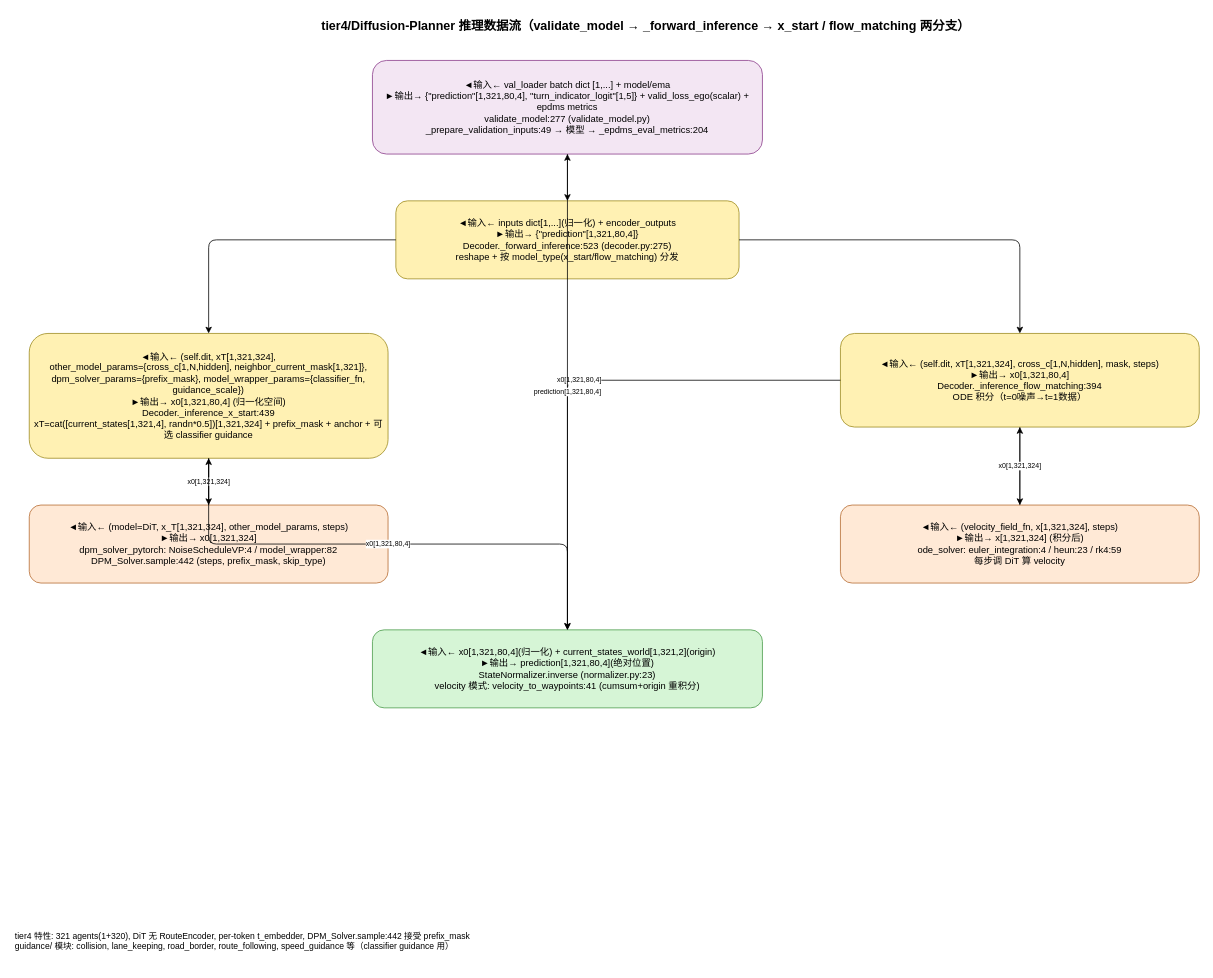
This is page "推理" (2 of 2) of tier4_Diffusion-Planner_数据流_可拖拽.drawio from mcudsm/notes2, a draw.io file, before an edit. Source tidied: cells renumbered, new cells numbered last; positions are measured from the earlier drawing's top-left corner, leaving out a move shared by most shapes. Both pictures are drawn from the tidied source at 78%, with x=0, y=0 at pixel (13, 13).
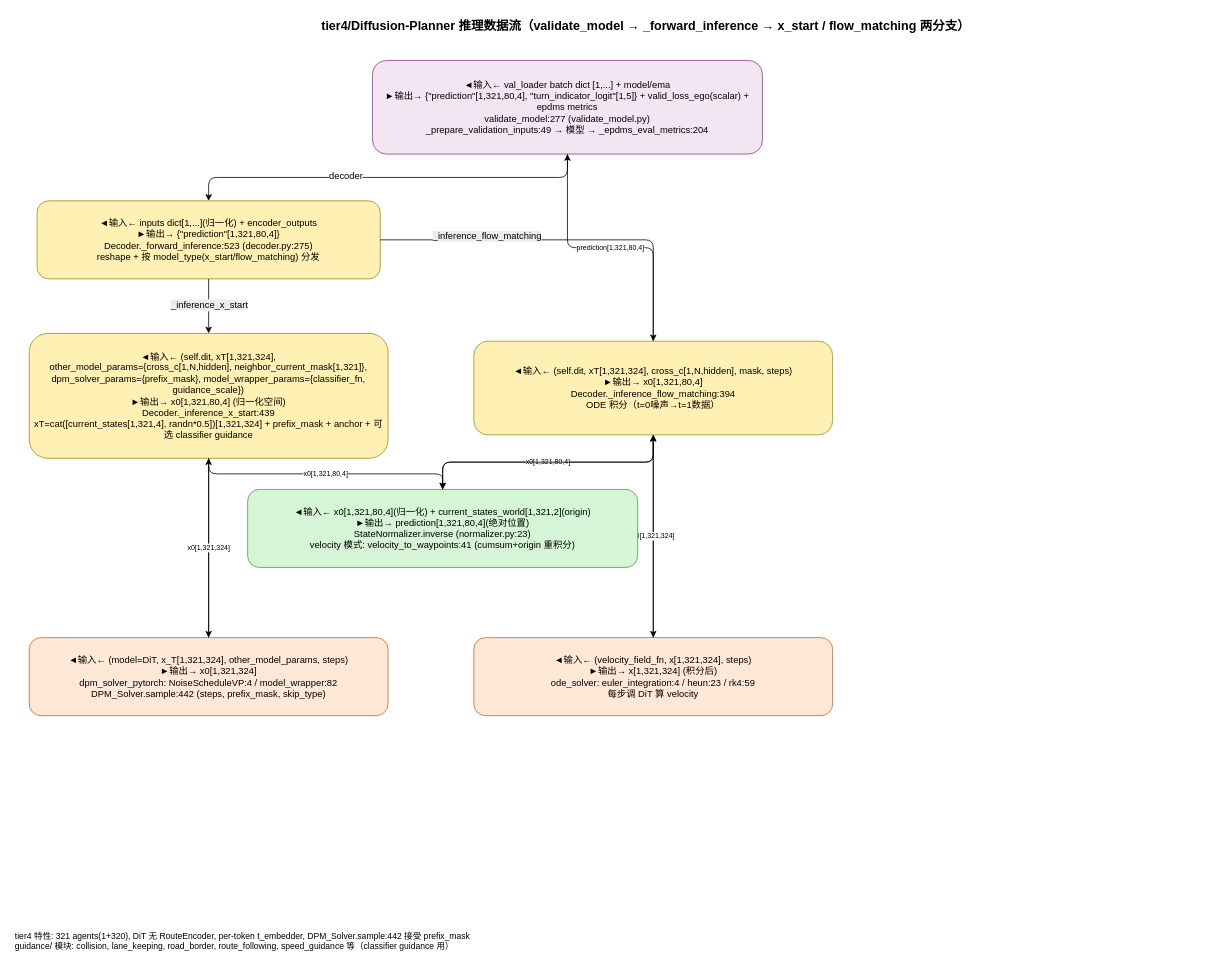
After the change.

Commit message:
更新tier4_Diffusion-Planner_数据流_可拖拽.drawio

Unchanged cells that the change refers to:
```xml
<mxCell id="3" value="◄输入← val_loader batch dict [1,...] + model/ema&#10;►输出→ {&quot;prediction&quot;[1,321,80,4], &quot;turn_indicator_logit&quot;[1,5]} + valid_loss_ego(scalar) + epdms metrics&#10;validate_model:277 (validate_model.py)&#10;_prepare_validation_inputs:49 → 模型 → _epdms_eval_metrics:204" style="rounded=1;whiteSpace=wrap;html=1;fillColor=#f3e6f3;strokeColor=#8a3c8a;" parent="1" vertex="1">
  <mxGeometry x="460" y="60" width="500" height="120" as="geometry" />
</mxCell>
<mxCell id="5" style="edgeStyle=orthogonalEdgeStyle;html=1;" parent="1" edge="1" source="3" target="4">
  <mxGeometry relative="1" as="geometry" />
</mxCell>
<mxCell id="8" style="edgeStyle=orthogonalEdgeStyle;html=1;" parent="1" edge="1" source="4" target="6">
  <mxGeometry relative="1" as="geometry" />
</mxCell>
<mxCell id="13" style="edgeStyle=orthogonalEdgeStyle;html=1;" parent="1" edge="1" source="4" target="11">
  <mxGeometry relative="1" as="geometry" />
</mxCell>
```

Diff of the diagram source:
```diff
@@
     <mxCell id="4" value="◄输入← inputs dict[1,...](归一化) + encoder_outputs&#10;►输出→ {&quot;prediction&quot;[1,321,80,4]}&#10;Decoder._forward_inference:523 (decoder.py:275)&#10;reshape + 按 model_type(x_start/flow_matching) 分发" style="rounded=1;whiteSpace=wrap;html=1;fillColor=#fff1b3;strokeColor=#9c8a1f;" parent="1" vertex="1">
-      <mxGeometry x="490" y="240" width="440" height="100" as="geometry" />
+      <mxGeometry x="30" y="240" width="440" height="100" as="geometry" />
     </mxCell>
@@
+    <mxCell id="21" value="decoder" style="edgeLabel;html=1;align=center;verticalAlign=middle;fontSize=12;" parent="5" vertex="1">
+      <mxGeometry x="0.21" y="-2" relative="1" as="geometry" />
+    </mxCell>
@@
     <mxCell id="7" value="◄输入← (model=DiT, x_T[1,321,324], other_model_params, steps)&#10;►输出→ x0[1,321,324]&#10;dpm_solver_pytorch: NoiseScheduleVP:4 / model_wrapper:82&#10;DPM_Solver.sample:442 (steps, prefix_mask, skip_type)" style="rounded=1;whiteSpace=wrap;html=1;fillColor=#ffe9d6;strokeColor=#b56a30;" parent="1" vertex="1">
-      <mxGeometry x="20" y="630" width="460" height="100" as="geometry" />
+      <mxGeometry x="20" y="800" width="460" height="100" as="geometry" />
     </mxCell>
@@
+    <mxCell id="22" value="&lt;span style=&quot;text-wrap-mode: wrap; background-color: rgb(236, 236, 236);&quot;&gt;_inference_x_start&lt;/span&gt;" style="edgeLabel;html=1;align=center;verticalAlign=middle;fontSize=12;" parent="8" vertex="1">
+      <mxGeometry x="-0.05" relative="1" as="geometry" />
+    </mxCell>
@@
-    <mxCell id="11" value="◄输入← (self.dit, xT[1,321,324], cross_c[1,N,hidden], mask, steps)&#10;►输出→ x0[1,321,80,4]&#10;Decoder._inference_flow_matching:394&#10;ODE 积分（t=0噪声→t=1数据）" style="rounded=1;whiteSpace=wrap;html=1;fillColor=#fff1b3;strokeColor=#9c8a1f;" parent="1" vertex="1">
-      <mxGeometry x="1060" y="410" width="460" height="120" as="geometry" />
-    </mxCell>
     <mxCell id="12" value="◄输入← (velocity_field_fn, x[1,321,324], steps)&#10;►输出→ x[1,321,324] (积分后)&#10;ode_solver: euler_integration:4 / heun:23 / rk4:59&#10;每步调 DiT 算 velocity" style="rounded=1;whiteSpace=wrap;html=1;fillColor=#ffe9d6;strokeColor=#b56a30;" parent="1" vertex="1">
-      <mxGeometry x="1060" y="630" width="460" height="100" as="geometry" />
+      <mxGeometry x="590" y="800" width="460" height="100" as="geometry" />
     </mxCell>
@@
+    <mxCell id="23" value="&lt;span style=&quot;text-wrap-mode: wrap; background-color: rgb(236, 236, 236);&quot;&gt;_inference_flow_matching&lt;/span&gt;" style="edgeLabel;html=1;align=center;verticalAlign=middle;fontSize=12;" parent="13" vertex="1">
+      <mxGeometry x="-0.43" y="5" relative="1" as="geometry">
+        <mxPoint x="-1" as="offset" />
+      </mxGeometry>
+    </mxCell>
@@
     <mxCell id="16" value="◄输入← x0[1,321,80,4](归一化) + current_states_world[1,321,2](origin)&#10;►输出→ prediction[1,321,80,4](绝对位置)&#10;StateNormalizer.inverse (normalizer.py:23)&#10;velocity 模式: velocity_to_waypoints:41 (cumsum+origin 重积分)" style="rounded=1;whiteSpace=wrap;html=1;fillColor=#d6f5d6;strokeColor=#4a9a4a;" parent="1" vertex="1">
-      <mxGeometry x="460" y="790" width="500" height="100" as="geometry" />
+      <mxGeometry x="300" y="610" width="500" height="100" as="geometry" />
     </mxCell>
@@
-    <mxCell id="19" value="prediction[1,321,80,4]" style="edgeStyle=orthogonalEdgeStyle;html=1;fontSize=9;" parent="1" edge="1" source="16" target="3">
+    <mxCell id="19" value="prediction[1,321,80,4]" style="edgeStyle=orthogonalEdgeStyle;html=1;fontSize=9;" parent="1" edge="1" source="11" target="3">
       <mxGeometry relative="1" as="geometry" />
     </mxCell>
@@
+    <mxCell id="24" style="edgeStyle=orthogonalEdgeStyle;html=1;fontSize=9;" parent="1" edge="1" source="16" target="11">
+      <mxGeometry relative="1" as="geometry" />
+    </mxCell>
+    <mxCell id="11" value="◄输入← (self.dit, xT[1,321,324], cross_c[1,N,hidden], mask, steps)&#10;►输出→ x0[1,321,80,4]&#10;Decoder._inference_flow_matching:394&#10;ODE 积分（t=0噪声→t=1数据）" style="rounded=1;whiteSpace=wrap;html=1;fillColor=#fff1b3;strokeColor=#9c8a1f;" parent="1" vertex="1">
+      <mxGeometry x="590" y="420" width="460" height="120" as="geometry" />
+    </mxCell>
```
